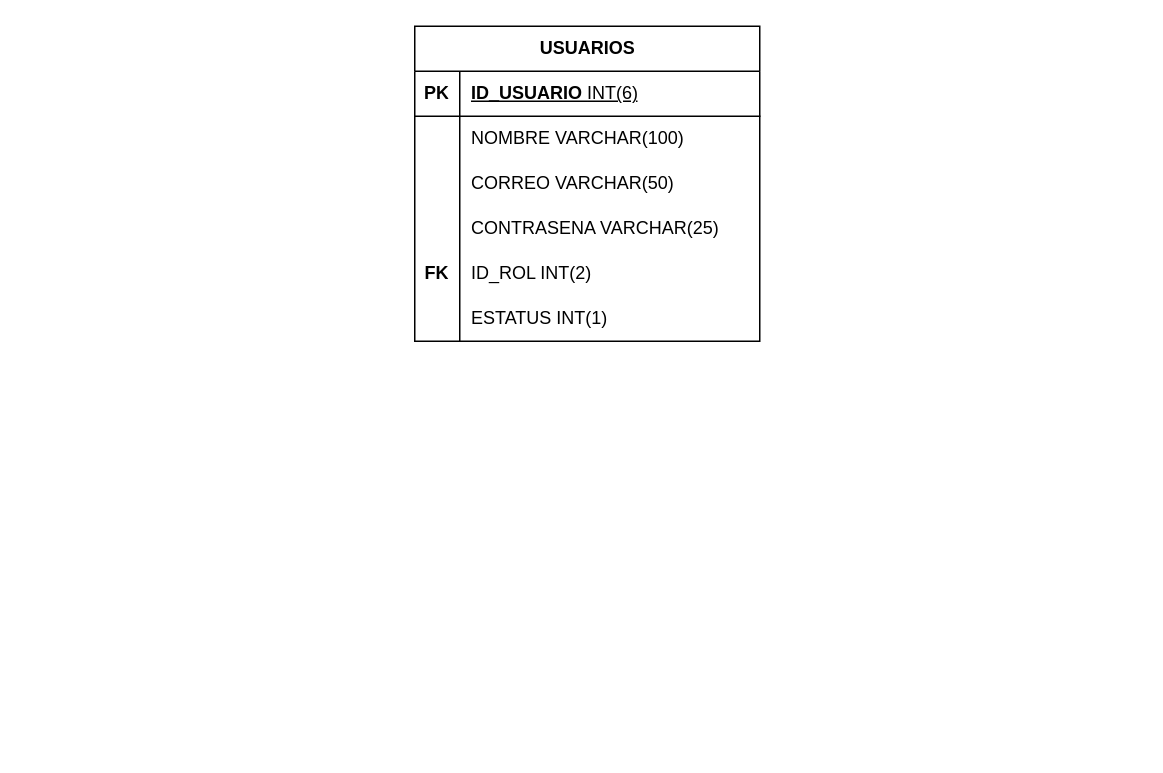
Before: Almacen.drawio in ViviVelazM/Castores, a draw.io diagram. Source tidied: cells renumbered, new cells numbered last; positions are measured from the earlier drawing's top-left corner, leaving out a move shared by most shapes. Both pictures are drawn from the tidied source at 150%, with x=0, y=0 at pixel (414, 26).
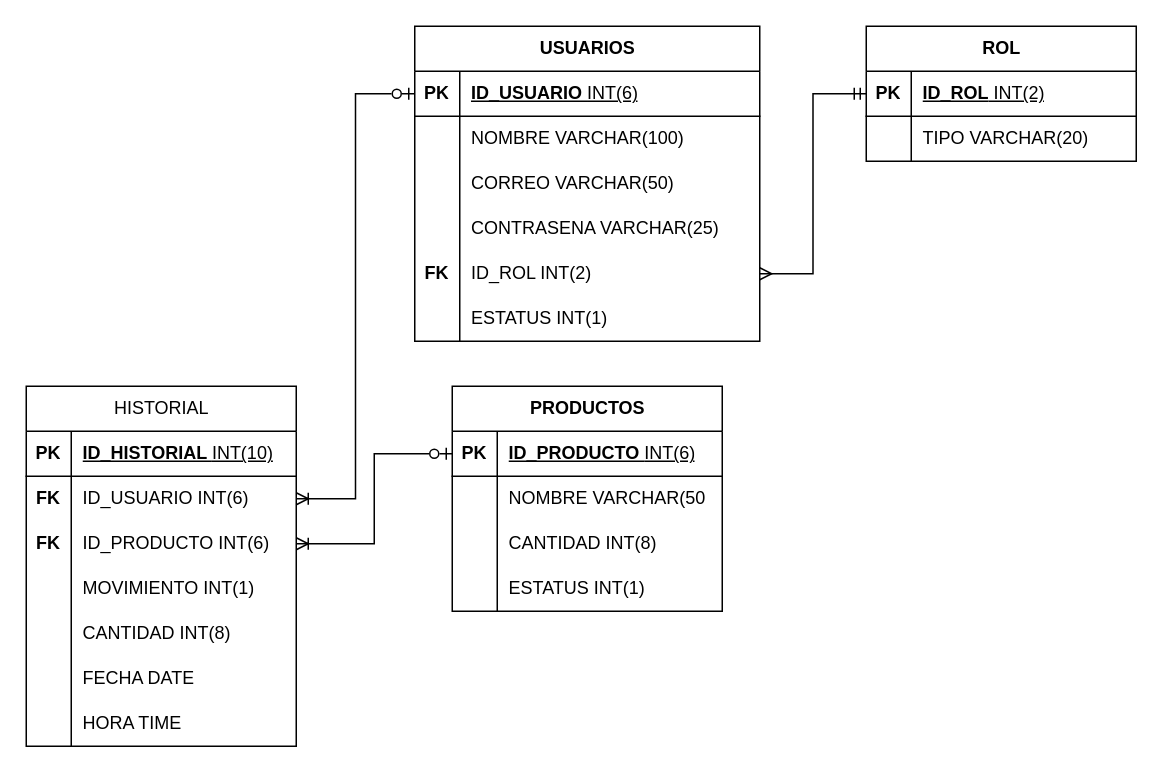
The same page after the edit.

The change refers to these unchanged cells:
```xml
<mxCell id="3" style="shape=tableRow;horizontal=0;startSize=0;swimlaneHead=0;swimlaneBody=0;fillColor=none;points=[[0,0.5],[1,0.5]];portConstraint=eastwest;top=0;left=0;right=0;bottom=1;" parent="2" vertex="1">
  <mxGeometry y="30" width="230" height="30" as="geometry" />
</mxCell>
<mxCell id="15" style="shape=tableRow;horizontal=0;startSize=0;swimlaneHead=0;swimlaneBody=0;fillColor=none;points=[[0,0.5],[1,0.5]];portConstraint=eastwest;top=0;left=0;right=0;bottom=0;" parent="2" vertex="1">
  <mxGeometry y="150" width="230" height="30" as="geometry" />
</mxCell>
```

Diff of the diagram source:
```diff
@@
+    <mxCell id="21" value="ROL" style="shape=table;startSize=30;childLayout=tableLayout;rowLines=0;fontStyle=1;align=center;html=1;" parent="1" vertex="1">
+      <mxGeometry x="301" width="180" height="90" as="geometry" />
+    </mxCell>
+    <mxCell id="22" style="shape=tableRow;horizontal=0;startSize=0;swimlaneHead=0;swimlaneBody=0;fillColor=none;points=[[0,0.5],[1,0.5]];portConstraint=eastwest;top=0;left=0;right=0;bottom=1;" parent="21" vertex="1">
+      <mxGeometry y="30" width="180" height="30" as="geometry" />
+    </mxCell>
+    <mxCell id="23" value="PK" style="shape=partialRectangle;fillColor=none;top=0;left=0;bottom=0;right=0;fontStyle=1;overflow=hidden;whiteSpace=wrap;html=1;" parent="22" vertex="1">
+      <mxGeometry width="30" height="30" as="geometry" />
+    </mxCell>
+    <mxCell id="24" value="ID_ROL&lt;span style=&quot;font-weight: normal;&quot;&gt; INT(2)&lt;/span&gt;" style="shape=partialRectangle;fillColor=none;top=0;left=0;bottom=0;right=0;align=left;spacingLeft=6;fontStyle=5;overflow=hidden;whiteSpace=wrap;html=1;" parent="22" vertex="1">
+      <mxGeometry x="30" width="150" height="30" as="geometry" />
+    </mxCell>
+    <mxCell id="25" style="shape=tableRow;horizontal=0;startSize=0;swimlaneHead=0;swimlaneBody=0;fillColor=none;top=0;left=0;right=0;bottom=0;" parent="21" vertex="1">
+      <mxGeometry y="60" width="180" height="30" as="geometry" />
+    </mxCell>
+    <mxCell id="26" style="shape=partialRectangle;fillColor=none;top=0;left=0;bottom=0;right=0;overflow=hidden;whiteSpace=wrap;html=1;" parent="25" vertex="1">
+      <mxGeometry width="30" height="30" as="geometry" />
+    </mxCell>
+    <mxCell id="27" value="TIPO VARCHAR(20)" style="shape=partialRectangle;fillColor=none;top=0;left=0;bottom=0;right=0;align=left;spacingLeft=6;overflow=hidden;whiteSpace=wrap;html=1;" parent="25" vertex="1">
+      <mxGeometry x="30" width="150" height="30" as="geometry" />
+    </mxCell>
+    <mxCell id="28" value="PRODUCTOS" style="shape=table;startSize=30;childLayout=tableLayout;rowLines=0;fontStyle=1;align=center;html=1;" parent="1" vertex="1">
+      <mxGeometry x="25" y="240" width="180" height="150" as="geometry" />
+    </mxCell>
+    <mxCell id="29" style="shape=tableRow;horizontal=0;startSize=0;swimlaneHead=0;swimlaneBody=0;fillColor=none;points=[[0,0.5],[1,0.5]];portConstraint=eastwest;top=0;left=0;right=0;bottom=1;" parent="28" vertex="1">
+      <mxGeometry y="30" width="180" height="30" as="geometry" />
+    </mxCell>
+    <mxCell id="30" value="PK" style="shape=partialRectangle;fillColor=none;top=0;left=0;bottom=0;right=0;fontStyle=1;overflow=hidden;whiteSpace=wrap;html=1;" parent="29" vertex="1">
+      <mxGeometry width="30" height="30" as="geometry" />
+    </mxCell>
+    <mxCell id="31" value="ID_PRODUCTO &lt;span style=&quot;font-weight: normal;&quot;&gt;INT(6)&lt;/span&gt;" style="shape=partialRectangle;fillColor=none;top=0;left=0;bottom=0;right=0;align=left;spacingLeft=6;fontStyle=5;overflow=hidden;whiteSpace=wrap;html=1;" parent="29" vertex="1">
+      <mxGeometry x="30" width="150" height="30" as="geometry" />
+    </mxCell>
+    <mxCell id="32" style="shape=tableRow;horizontal=0;startSize=0;swimlaneHead=0;swimlaneBody=0;fillColor=none;top=0;left=0;right=0;bottom=0;" parent="28" vertex="1">
+      <mxGeometry y="60" width="180" height="30" as="geometry" />
+    </mxCell>
+    <mxCell id="33" style="shape=partialRectangle;fillColor=none;top=0;left=0;bottom=0;right=0;overflow=hidden;whiteSpace=wrap;html=1;" parent="32" vertex="1">
+      <mxGeometry width="30" height="30" as="geometry" />
+    </mxCell>
+    <mxCell id="34" value="NOMBRE VARCHAR(50&lt;span style=&quot;white-space: pre;&quot;&gt;&#9;&lt;/span&gt;" style="shape=partialRectangle;fillColor=none;top=0;left=0;bottom=0;right=0;align=left;spacingLeft=6;overflow=hidden;whiteSpace=wrap;html=1;" parent="32" vertex="1">
+      <mxGeometry x="30" width="150" height="30" as="geometry" />
+    </mxCell>
+    <mxCell id="35" style="shape=tableRow;horizontal=0;startSize=0;swimlaneHead=0;swimlaneBody=0;fillColor=none;top=0;left=0;right=0;bottom=0;" parent="28" vertex="1">
+      <mxGeometry y="90" width="180" height="30" as="geometry" />
+    </mxCell>
+    <mxCell id="36" style="shape=partialRectangle;fillColor=none;top=0;left=0;bottom=0;right=0;overflow=hidden;whiteSpace=wrap;html=1;" parent="35" vertex="1">
+      <mxGeometry width="30" height="30" as="geometry" />
+    </mxCell>
+    <mxCell id="37" value="CANTIDAD INT(8)" style="shape=partialRectangle;fillColor=none;top=0;left=0;bottom=0;right=0;align=left;spacingLeft=6;overflow=hidden;whiteSpace=wrap;html=1;" parent="35" vertex="1">
+      <mxGeometry x="30" width="150" height="30" as="geometry" />
+    </mxCell>
+    <mxCell id="38" style="shape=tableRow;horizontal=0;startSize=0;swimlaneHead=0;swimlaneBody=0;fillColor=none;top=0;left=0;right=0;bottom=0;" parent="28" vertex="1">
+      <mxGeometry y="120" width="180" height="30" as="geometry" />
+    </mxCell>
+    <mxCell id="39" style="shape=partialRectangle;fillColor=none;top=0;left=0;bottom=0;right=0;overflow=hidden;whiteSpace=wrap;html=1;" parent="38" vertex="1">
+      <mxGeometry width="30" height="30" as="geometry" />
+    </mxCell>
+    <mxCell id="40" value="ESTATUS INT(1)" style="shape=partialRectangle;fillColor=none;top=0;left=0;bottom=0;right=0;align=left;spacingLeft=6;overflow=hidden;whiteSpace=wrap;html=1;" parent="38" vertex="1">
+      <mxGeometry x="30" width="150" height="30" as="geometry" />
+    </mxCell>
+    <mxCell id="41" value="HISTORIAL" style="shape=table;startSize=30;childLayout=tableLayout;rowLines=0;fontStyle=0;align=center;html=1;" parent="1" vertex="1">
+      <mxGeometry x="-259" y="240" width="180" height="240" as="geometry" />
+    </mxCell>
+    <mxCell id="42" style="shape=tableRow;horizontal=0;startSize=0;swimlaneHead=0;swimlaneBody=0;fillColor=none;top=0;left=0;right=0;bottom=1;" parent="41" vertex="1">
+      <mxGeometry y="30" width="180" height="30" as="geometry" />
+    </mxCell>
+    <mxCell id="43" value="PK" style="shape=partialRectangle;fillColor=none;top=0;left=0;bottom=0;right=0;fontStyle=1;overflow=hidden;whiteSpace=wrap;html=1;" parent="42" vertex="1">
+      <mxGeometry width="30" height="30" as="geometry" />
+    </mxCell>
+    <mxCell id="44" value="ID_HISTORIAL &lt;span style=&quot;font-weight: normal;&quot;&gt;INT(10)&lt;/span&gt;" style="shape=partialRectangle;fillColor=none;top=0;left=0;bottom=0;right=0;align=left;spacingLeft=6;fontStyle=5;overflow=hidden;whiteSpace=wrap;html=1;" parent="42" vertex="1">
+      <mxGeometry x="30" width="150" height="30" as="geometry" />
+    </mxCell>
+    <mxCell id="45" style="shape=tableRow;horizontal=0;startSize=0;swimlaneHead=0;swimlaneBody=0;fillColor=none;points=[[0,0.5],[1,0.5]];portConstraint=eastwest;top=0;left=0;right=0;bottom=0;" parent="41" vertex="1">
+      <mxGeometry y="60" width="180" height="30" as="geometry" />
+    </mxCell>
+    <mxCell id="46" value="&lt;b&gt;FK&lt;/b&gt;" style="shape=partialRectangle;fillColor=none;top=0;left=0;bottom=0;right=0;overflow=hidden;whiteSpace=wrap;html=1;" parent="45" vertex="1">
+      <mxGeometry width="30" height="30" as="geometry" />
+    </mxCell>
+    <mxCell id="47" value="ID_USUARIO INT(6)" style="shape=partialRectangle;fillColor=none;top=0;left=0;bottom=0;right=0;align=left;spacingLeft=6;overflow=hidden;whiteSpace=wrap;html=1;" parent="45" vertex="1">
+      <mxGeometry x="30" width="150" height="30" as="geometry" />
+    </mxCell>
+    <mxCell id="48" style="shape=tableRow;horizontal=0;startSize=0;swimlaneHead=0;swimlaneBody=0;fillColor=none;points=[[0,0.5],[1,0.5]];portConstraint=eastwest;top=0;left=0;right=0;bottom=0;" parent="41" vertex="1">
+      <mxGeometry y="90" width="180" height="30" as="geometry" />
+    </mxCell>
+    <mxCell id="49" value="&lt;b&gt;FK&lt;/b&gt;" style="shape=partialRectangle;fillColor=none;top=0;left=0;bottom=0;right=0;overflow=hidden;whiteSpace=wrap;html=1;" parent="48" vertex="1">
+      <mxGeometry width="30" height="30" as="geometry" />
+    </mxCell>
+    <mxCell id="50" value="ID_PRODUCTO INT(6)" style="shape=partialRectangle;fillColor=none;top=0;left=0;bottom=0;right=0;align=left;spacingLeft=6;overflow=hidden;whiteSpace=wrap;html=1;" parent="48" vertex="1">
+      <mxGeometry x="30" width="150" height="30" as="geometry" />
+    </mxCell>
+    <mxCell id="51" style="shape=tableRow;horizontal=0;startSize=0;swimlaneHead=0;swimlaneBody=0;fillColor=none;top=0;left=0;right=0;bottom=0;" parent="41" vertex="1">
+      <mxGeometry y="120" width="180" height="30" as="geometry" />
+    </mxCell>
+    <mxCell id="52" style="shape=partialRectangle;fillColor=none;top=0;left=0;bottom=0;right=0;overflow=hidden;whiteSpace=wrap;html=1;" parent="51" vertex="1">
+      <mxGeometry width="30" height="30" as="geometry" />
+    </mxCell>
+    <mxCell id="53" value="MOVIMIENTO INT(1)" style="shape=partialRectangle;fillColor=none;top=0;left=0;bottom=0;right=0;align=left;spacingLeft=6;overflow=hidden;whiteSpace=wrap;html=1;" parent="51" vertex="1">
+      <mxGeometry x="30" width="150" height="30" as="geometry" />
+    </mxCell>
+    <mxCell id="54" style="shape=tableRow;horizontal=0;startSize=0;swimlaneHead=0;swimlaneBody=0;fillColor=none;top=0;left=0;right=0;bottom=0;" parent="41" vertex="1">
+      <mxGeometry y="150" width="180" height="30" as="geometry" />
+    </mxCell>
+    <mxCell id="55" style="shape=partialRectangle;fillColor=none;top=0;left=0;bottom=0;right=0;overflow=hidden;whiteSpace=wrap;html=1;" parent="54" vertex="1">
+      <mxGeometry width="30" height="30" as="geometry" />
+    </mxCell>
+    <mxCell id="56" value="CANTIDAD INT(8)" style="shape=partialRectangle;fillColor=none;top=0;left=0;bottom=0;right=0;align=left;spacingLeft=6;overflow=hidden;whiteSpace=wrap;html=1;" parent="54" vertex="1">
+      <mxGeometry x="30" width="150" height="30" as="geometry" />
+    </mxCell>
+    <mxCell id="57" style="shape=tableRow;horizontal=0;startSize=0;swimlaneHead=0;swimlaneBody=0;fillColor=none;top=0;left=0;right=0;bottom=0;" parent="41" vertex="1">
+      <mxGeometry y="180" width="180" height="30" as="geometry" />
+    </mxCell>
+    <mxCell id="58" style="shape=partialRectangle;fillColor=none;top=0;left=0;bottom=0;right=0;overflow=hidden;whiteSpace=wrap;html=1;" parent="57" vertex="1">
+      <mxGeometry width="30" height="30" as="geometry" />
+    </mxCell>
+    <mxCell id="59" value="FECHA DATE" style="shape=partialRectangle;fillColor=none;top=0;left=0;bottom=0;right=0;align=left;spacingLeft=6;overflow=hidden;whiteSpace=wrap;html=1;" parent="57" vertex="1">
+      <mxGeometry x="30" width="150" height="30" as="geometry" />
+    </mxCell>
+    <mxCell id="60" style="shape=tableRow;horizontal=0;startSize=0;swimlaneHead=0;swimlaneBody=0;fillColor=none;top=0;left=0;right=0;bottom=0;" parent="41" vertex="1">
+      <mxGeometry y="210" width="180" height="30" as="geometry" />
+    </mxCell>
+    <mxCell id="61" style="shape=partialRectangle;fillColor=none;top=0;left=0;bottom=0;right=0;overflow=hidden;whiteSpace=wrap;html=1;" parent="60" vertex="1">
+      <mxGeometry width="30" height="30" as="geometry" />
+    </mxCell>
+    <mxCell id="62" value="HORA TIME" style="shape=partialRectangle;fillColor=none;top=0;left=0;bottom=0;right=0;align=left;spacingLeft=6;overflow=hidden;whiteSpace=wrap;html=1;" parent="60" vertex="1">
+      <mxGeometry x="30" width="150" height="30" as="geometry" />
+    </mxCell>
+    <mxCell id="63" style="edgeStyle=orthogonalEdgeStyle;fontSize=12;html=1;endArrow=ERmandOne;rounded=0;entryX=0;entryY=0.5;entryDx=0;entryDy=0;exitX=1;exitY=0.5;exitDx=0;exitDy=0;startArrow=ERmany;startFill=0;endFill=0;" parent="1" edge="1" source="15" target="22">
+      <mxGeometry relative="1" as="geometry" />
+    </mxCell>
+    <mxCell id="64" style="edgeStyle=orthogonalEdgeStyle;rounded=0;jettySize=auto;html=1;exitX=0;exitY=0.5;exitDx=0;exitDy=0;entryX=1;entryY=0.5;entryDx=0;entryDy=0;endArrow=ERoneToMany;endFill=0;startArrow=ERzeroToOne;startFill=0;" parent="1" edge="1" source="29" target="48">
+      <mxGeometry relative="1" as="geometry" />
+    </mxCell>
+    <mxCell id="65" style="edgeStyle=orthogonalEdgeStyle;rounded=0;jettySize=auto;html=1;exitX=0;exitY=0.5;exitDx=0;exitDy=0;entryX=1;entryY=0.5;entryDx=0;entryDy=0;startArrow=ERzeroToOne;startFill=0;endArrow=ERoneToMany;endFill=0;" parent="1" edge="1" source="3" target="45">
+      <mxGeometry relative="1" as="geometry" />
+    </mxCell>
```
